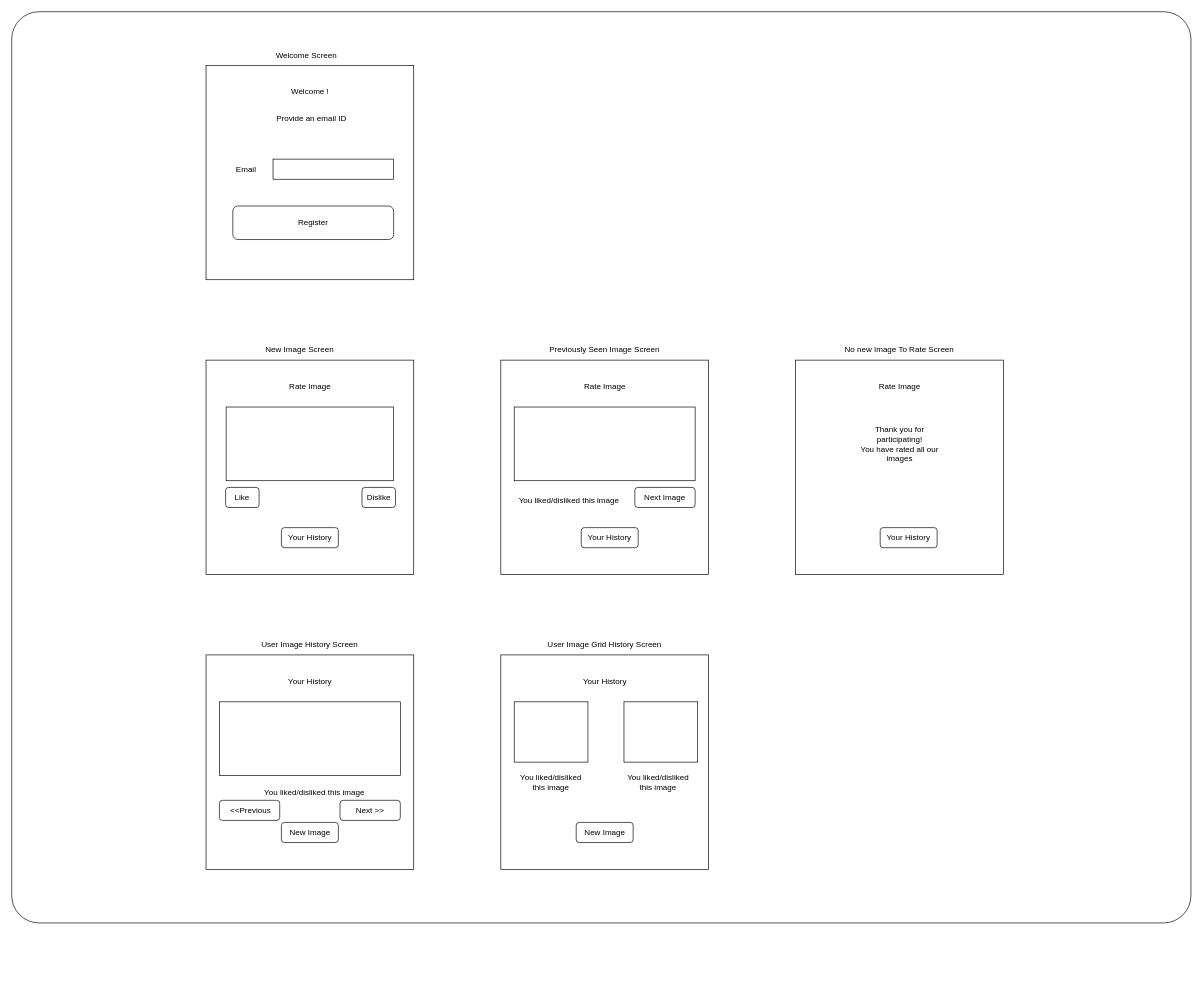
onegeniuslykdat/ImageRatingApplication keeps this draw.io diagram as docs/Wireframe.drawio. Above is the earlier version. Source tidied: cells renumbered, new cells numbered last; positions are measured from the earlier drawing's top-left corner, leaving out a move shared by most shapes. Both pictures are drawn from the tidied source at 67%, with x=0, y=0 at pixel (11, 11).
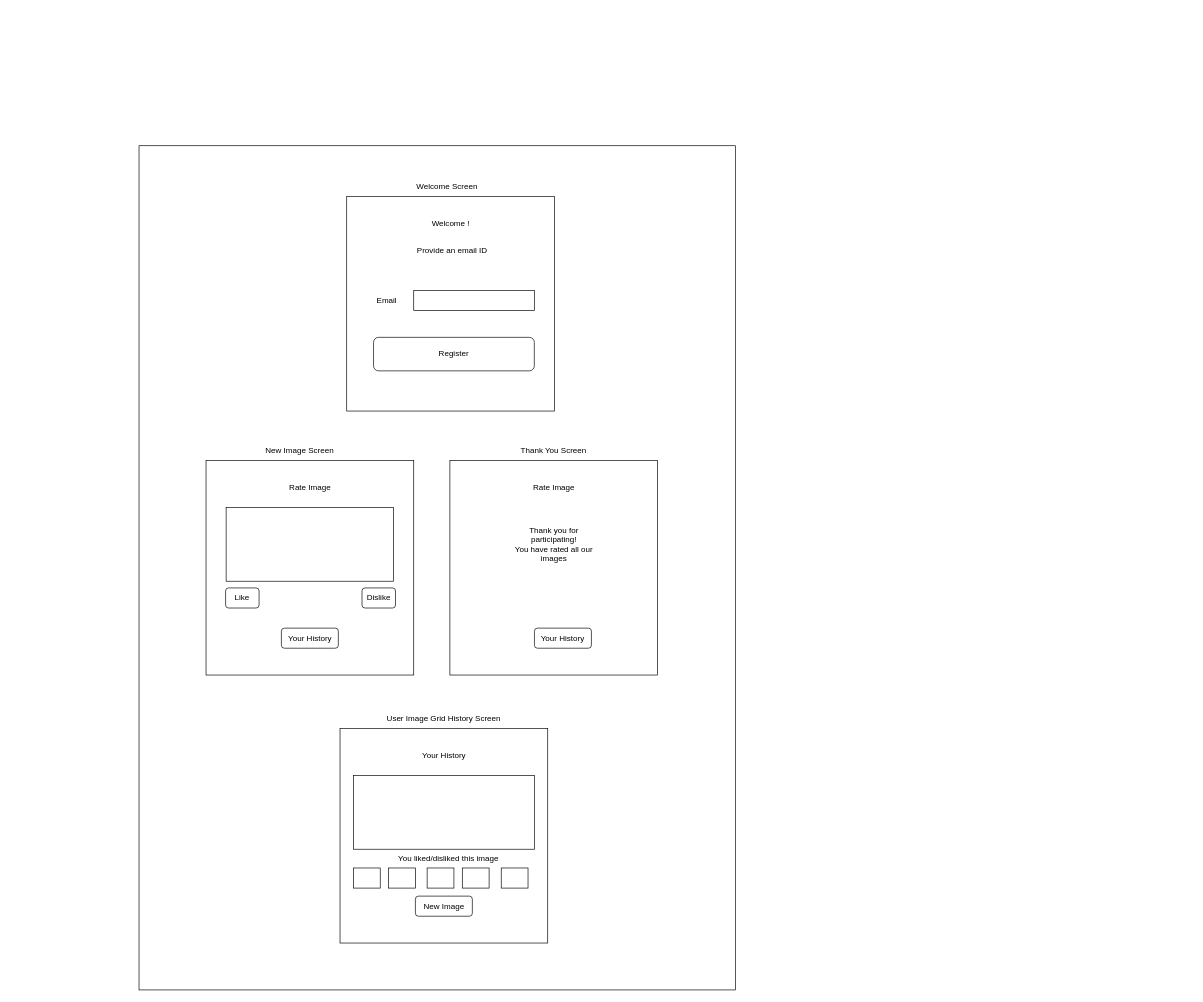
Above is the later version.

Change to the diagram source:
```diff
@@
+    <mxCell id="45" style="rounded=0;whiteSpace=wrap;html=1;fillColor=default;" parent="1" vertex="1">
+      <mxGeometry x="190" y="200" width="890" height="1260" as="geometry" />
+    </mxCell>
+    <mxCell id="46" style="group;" parent="1" vertex="1">
+      <mxGeometry x="500" y="246" width="310" height="350" as="geometry" />
+    </mxCell>
-    <mxCell id="2" style="rounded=0;whiteSpace=wrap;html=1;" parent="1" vertex="1">
-      <mxGeometry x="290" y="80" width="310" height="320" as="geometry" />
+    <mxCell id="2" style="rounded=0;whiteSpace=wrap;html=1;" parent="46" vertex="1">
+      <mxGeometry y="30" width="310" height="320" as="geometry" />
     </mxCell>
-    <mxCell id="3" value="Welcome !" style="text;html=1;strokeColor=none;fillColor=none;align=center;verticalAlign=middle;whiteSpace=wrap;rounded=0;" parent="1" vertex="1">
-      <mxGeometry x="387.5" y="100" width="115" height="40" as="geometry" />
+    <mxCell id="3" value="Welcome !" style="text;html=1;strokeColor=none;fillColor=none;align=center;verticalAlign=middle;whiteSpace=wrap;rounded=0;" parent="46" vertex="1">
+      <mxGeometry x="97.5" y="50" width="115" height="40" as="geometry" />
     </mxCell>
-    <mxCell id="4" style="rounded=0;whiteSpace=wrap;html=1;" parent="1" vertex="1">
-      <mxGeometry x="290" y="520" width="310" height="320" as="geometry" />
-    </mxCell>
-    <mxCell id="5" value="Welcome Screen" style="text;html=1;strokeColor=none;fillColor=none;align=center;verticalAlign=middle;whiteSpace=wrap;rounded=0;" parent="1" vertex="1">
-      <mxGeometry x="380" y="50" width="120" height="30" as="geometry" />
+    <mxCell id="5" value="Welcome Screen" style="text;html=1;strokeColor=none;fillColor=none;align=center;verticalAlign=middle;whiteSpace=wrap;rounded=0;" parent="46" vertex="1">
+      <mxGeometry x="90" width="120" height="30" as="geometry" />
     </mxCell>
-    <mxCell id="6" value="New Image Screen" style="text;html=1;strokeColor=none;fillColor=none;align=center;verticalAlign=middle;whiteSpace=wrap;rounded=0;" parent="1" vertex="1">
-      <mxGeometry x="370" y="490" width="120" height="30" as="geometry" />
-    </mxCell>
-    <mxCell id="7" value="Email" style="text;html=1;strokeColor=none;fillColor=none;align=center;verticalAlign=middle;whiteSpace=wrap;rounded=0;" parent="1" vertex="1">
-      <mxGeometry x="320" y="220" width="60" height="30" as="geometry" />
+    <mxCell id="7" value="Email" style="text;html=1;strokeColor=none;fillColor=none;align=center;verticalAlign=middle;whiteSpace=wrap;rounded=0;" parent="46" vertex="1">
+      <mxGeometry x="30" y="170" width="60" height="30" as="geometry" />
     </mxCell>
-    <mxCell id="8" style="rounded=0;whiteSpace=wrap;html=1;" parent="1" vertex="1">
-      <mxGeometry x="390" y="220" width="180" height="30" as="geometry" />
+    <mxCell id="8" style="rounded=0;whiteSpace=wrap;html=1;" parent="46" vertex="1">
+      <mxGeometry x="100" y="170" width="180" height="30" as="geometry" />
     </mxCell>
-    <mxCell id="9" value="Register" style="rounded=1;whiteSpace=wrap;html=1;" parent="1" vertex="1">
-      <mxGeometry x="330" y="290" width="240" height="50" as="geometry" />
+    <mxCell id="9" value="Register" style="rounded=1;whiteSpace=wrap;html=1;" parent="46" vertex="1">
+      <mxGeometry x="40" y="240" width="240" height="50" as="geometry" />
     </mxCell>
-    <mxCell id="10" value="Provide an email ID" style="text;html=1;strokeColor=none;fillColor=none;align=center;verticalAlign=middle;whiteSpace=wrap;rounded=0;" parent="1" vertex="1">
-      <mxGeometry x="390" y="140" width="115" height="40" as="geometry" />
+    <mxCell id="10" value="Provide an email ID" style="text;html=1;strokeColor=none;fillColor=none;align=center;verticalAlign=middle;whiteSpace=wrap;rounded=0;" parent="46" vertex="1">
+      <mxGeometry x="100" y="90" width="115" height="40" as="geometry" />
     </mxCell>
+    <mxCell id="47" style="group;" parent="1" vertex="1">
+      <mxGeometry x="290" y="640" width="310" height="350" as="geometry" />
+    </mxCell>
+    <mxCell id="4" style="rounded=0;whiteSpace=wrap;html=1;" parent="47" vertex="1">
+      <mxGeometry y="30" width="310" height="320" as="geometry" />
+    </mxCell>
+    <mxCell id="6" value="New Image Screen" style="text;html=1;strokeColor=none;fillColor=none;align=center;verticalAlign=middle;whiteSpace=wrap;rounded=0;" parent="47" vertex="1">
+      <mxGeometry x="80" width="120" height="30" as="geometry" />
+    </mxCell>
-    <mxCell id="11" value="Rate Image" style="text;html=1;strokeColor=none;fillColor=none;align=center;verticalAlign=middle;whiteSpace=wrap;rounded=0;" parent="1" vertex="1">
-      <mxGeometry x="387.5" y="540" width="115" height="40" as="geometry" />
+    <mxCell id="11" value="Rate Image" style="text;html=1;strokeColor=none;fillColor=none;align=center;verticalAlign=middle;whiteSpace=wrap;rounded=0;" parent="47" vertex="1">
+      <mxGeometry x="97.5" y="50" width="115" height="40" as="geometry" />
     </mxCell>
-    <mxCell id="12" style="rounded=0;whiteSpace=wrap;html=1;" parent="1" vertex="1">
-      <mxGeometry x="320" y="590" width="250" height="110" as="geometry" />
+    <mxCell id="12" style="rounded=0;whiteSpace=wrap;html=1;" parent="47" vertex="1">
+      <mxGeometry x="30" y="100" width="250" height="110" as="geometry" />
     </mxCell>
-    <mxCell id="13" value="Like" style="rounded=1;whiteSpace=wrap;html=1;" parent="1" vertex="1">
-      <mxGeometry x="319.2" y="710" width="50" height="30" as="geometry" />
+    <mxCell id="13" value="Like" style="rounded=1;whiteSpace=wrap;html=1;" parent="47" vertex="1">
+      <mxGeometry x="29.2" y="220" width="50" height="30" as="geometry" />
     </mxCell>
-    <mxCell id="14" value="Dislike" style="rounded=1;whiteSpace=wrap;html=1;" parent="1" vertex="1">
-      <mxGeometry x="522.8" y="710" width="50" height="30" as="geometry" />
+    <mxCell id="14" value="Dislike" style="rounded=1;whiteSpace=wrap;html=1;" parent="47" vertex="1">
+      <mxGeometry x="232.8" y="220" width="50" height="30" as="geometry" />
     </mxCell>
-    <mxCell id="15" value="Your History" style="rounded=1;whiteSpace=wrap;html=1;" parent="1" vertex="1">
-      <mxGeometry x="402.5" y="770" width="85" height="30" as="geometry" />
+    <mxCell id="15" value="Your History" style="rounded=1;whiteSpace=wrap;html=1;" parent="47" vertex="1">
+      <mxGeometry x="112.5" y="280" width="85" height="30" as="geometry" />
     </mxCell>
-    <mxCell id="16" style="rounded=0;whiteSpace=wrap;html=1;" parent="1" vertex="1">
-      <mxGeometry x="730" y="520" width="310" height="320" as="geometry" />
-    </mxCell>
-    <mxCell id="17" value="Previously Seen Image Screen" style="text;html=1;strokeColor=none;fillColor=none;align=center;verticalAlign=middle;whiteSpace=wrap;rounded=0;" parent="1" vertex="1">
-      <mxGeometry x="780" y="490" width="210" height="30" as="geometry" />
-    </mxCell>
-    <mxCell id="18" value="Rate Image" style="text;html=1;strokeColor=none;fillColor=none;align=center;verticalAlign=middle;whiteSpace=wrap;rounded=0;" parent="1" vertex="1">
-      <mxGeometry x="827.5" y="540" width="115" height="40" as="geometry" />
-    </mxCell>
-    <mxCell id="19" style="rounded=0;whiteSpace=wrap;html=1;" parent="1" vertex="1">
-      <mxGeometry x="750" y="590" width="270" height="110" as="geometry" />
-    </mxCell>
-    <mxCell id="20" value="You liked/disliked this image" style="text;html=1;strokeColor=none;fillColor=none;align=center;verticalAlign=middle;whiteSpace=wrap;rounded=0;" parent="1" vertex="1">
-      <mxGeometry x="753.8" y="710" width="156.2" height="40" as="geometry" />
-    </mxCell>
-    <mxCell id="21" value="Next Image" style="rounded=1;whiteSpace=wrap;html=1;" parent="1" vertex="1">
-      <mxGeometry x="930" y="710" width="90" height="30" as="geometry" />
-    </mxCell>
-    <mxCell id="22" value="Your History" style="rounded=1;whiteSpace=wrap;html=1;" parent="1" vertex="1">
-      <mxGeometry x="850" y="770" width="85" height="30" as="geometry" />
-    </mxCell>
+    <mxCell id="48" style="group;" parent="1" vertex="1">
+      <mxGeometry x="654" y="640" width="310" height="350" as="geometry" />
+    </mxCell>
-    <mxCell id="23" style="rounded=0;whiteSpace=wrap;html=1;" parent="1" vertex="1">
-      <mxGeometry x="1170" y="520" width="310" height="320" as="geometry" />
+    <mxCell id="23" style="rounded=0;whiteSpace=wrap;html=1;" parent="48" vertex="1">
+      <mxGeometry y="30" width="310" height="320" as="geometry" />
     </mxCell>
-    <mxCell id="24" value="No new Image To Rate Screen" style="text;html=1;strokeColor=none;fillColor=none;align=center;verticalAlign=middle;whiteSpace=wrap;rounded=0;" parent="1" vertex="1">
-      <mxGeometry x="1220" y="490" width="210" height="30" as="geometry" />
+    <mxCell id="24" value="Thank You Screen" style="text;html=1;strokeColor=none;fillColor=none;align=center;verticalAlign=middle;whiteSpace=wrap;rounded=0;" parent="48" vertex="1">
+      <mxGeometry x="50" width="210" height="30" as="geometry" />
     </mxCell>
-    <mxCell id="25" value="Rate Image" style="text;html=1;strokeColor=none;fillColor=none;align=center;verticalAlign=middle;whiteSpace=wrap;rounded=0;" parent="1" vertex="1">
-      <mxGeometry x="1267.5" y="540" width="115" height="40" as="geometry" />
+    <mxCell id="25" value="Rate Image" style="text;html=1;strokeColor=none;fillColor=none;align=center;verticalAlign=middle;whiteSpace=wrap;rounded=0;" parent="48" vertex="1">
+      <mxGeometry x="97.5" y="50" width="115" height="40" as="geometry" />
     </mxCell>
-    <mxCell id="26" value="Thank you for participating!&lt;br&gt;You have rated all our images" style="text;html=1;strokeColor=none;fillColor=none;align=center;verticalAlign=middle;whiteSpace=wrap;rounded=0;" parent="1" vertex="1">
-      <mxGeometry x="1253.8" y="590" width="142.5" height="110" as="geometry" />
+    <mxCell id="26" value="Thank you for participating!&lt;br&gt;You have rated all our images" style="text;html=1;strokeColor=none;fillColor=none;align=center;verticalAlign=middle;whiteSpace=wrap;rounded=0;" parent="48" vertex="1">
+      <mxGeometry x="83.8" y="100" width="142.5" height="110" as="geometry" />
     </mxCell>
-    <mxCell id="27" value="Your History" style="rounded=1;whiteSpace=wrap;html=1;" parent="1" vertex="1">
-      <mxGeometry x="1296.2" y="770" width="85" height="30" as="geometry" />
+    <mxCell id="27" value="Your History" style="rounded=1;whiteSpace=wrap;html=1;" parent="48" vertex="1">
+      <mxGeometry x="126.2" y="280" width="85" height="30" as="geometry" />
     </mxCell>
+    <mxCell id="49" style="group;" parent="1" vertex="1">
+      <mxGeometry x="490" y="1040" width="310" height="350" as="geometry" />
+    </mxCell>
-    <mxCell id="28" style="rounded=0;whiteSpace=wrap;html=1;" parent="1" vertex="1">
-      <mxGeometry x="290" y="960" width="310" height="320" as="geometry" />
+    <mxCell id="28" style="rounded=0;whiteSpace=wrap;html=1;" parent="49" vertex="1">
+      <mxGeometry y="30" width="310" height="320" as="geometry" />
     </mxCell>
-    <mxCell id="29" value="User Image History Screen" style="text;html=1;strokeColor=none;fillColor=none;align=center;verticalAlign=middle;whiteSpace=wrap;rounded=0;" parent="1" vertex="1">
-      <mxGeometry x="340" y="930" width="210" height="30" as="geometry" />
+    <mxCell id="29" value="User Image Grid History Screen" style="text;html=1;strokeColor=none;fillColor=none;align=center;verticalAlign=middle;whiteSpace=wrap;rounded=0;" parent="49" vertex="1">
+      <mxGeometry x="50" width="210" height="30" as="geometry" />
     </mxCell>
-    <mxCell id="30" value="Your History" style="text;html=1;strokeColor=none;fillColor=none;align=center;verticalAlign=middle;whiteSpace=wrap;rounded=0;" parent="1" vertex="1">
-      <mxGeometry x="387.5" y="980" width="115" height="40" as="geometry" />
+    <mxCell id="30" value="Your History" style="text;html=1;strokeColor=none;fillColor=none;align=center;verticalAlign=middle;whiteSpace=wrap;rounded=0;" parent="49" vertex="1">
+      <mxGeometry x="97.5" y="50" width="115" height="40" as="geometry" />
     </mxCell>
-    <mxCell id="31" style="rounded=0;whiteSpace=wrap;html=1;" parent="1" vertex="1">
-      <mxGeometry x="310" y="1030" width="270" height="110" as="geometry" />
+    <mxCell id="31" style="rounded=0;whiteSpace=wrap;html=1;" parent="49" vertex="1">
+      <mxGeometry x="20" y="100" width="270" height="110" as="geometry" />
     </mxCell>
-    <mxCell id="32" value="You liked/disliked this image" style="text;html=1;strokeColor=none;fillColor=none;align=center;verticalAlign=middle;whiteSpace=wrap;rounded=0;" parent="1" vertex="1">
-      <mxGeometry x="374.4" y="1145" width="156.2" height="40" as="geometry" />
+    <mxCell id="32" value="You liked/disliked this image" style="text;html=1;strokeColor=none;fillColor=none;align=center;verticalAlign=middle;whiteSpace=wrap;rounded=0;" parent="49" vertex="1">
+      <mxGeometry x="84.4" y="213" width="156.2" height="21" as="geometry" />
     </mxCell>
-    <mxCell id="33" value="Next &amp;gt;&amp;gt;" style="rounded=1;whiteSpace=wrap;html=1;" parent="1" vertex="1">
-      <mxGeometry x="490" y="1177" width="90" height="30" as="geometry" />
-    </mxCell>
-    <mxCell id="34" value="New Image" style="rounded=1;whiteSpace=wrap;html=1;" parent="1" vertex="1">
-      <mxGeometry x="402.5" y="1210" width="85" height="30" as="geometry" />
+    <mxCell id="34" value="New Image" style="rounded=1;whiteSpace=wrap;html=1;" parent="49" vertex="1">
+      <mxGeometry x="112.5" y="280" width="85" height="30" as="geometry" />
     </mxCell>
-    <mxCell id="35" value="&amp;nbsp;&amp;lt;&amp;lt;Previous" style="rounded=1;whiteSpace=wrap;html=1;" parent="1" vertex="1">
-      <mxGeometry x="310" y="1177" width="90" height="30" as="geometry" />
+    <mxCell id="35" style="rounded=1;whiteSpace=wrap;html=1;arcSize=0;" parent="49" vertex="1">
+      <mxGeometry x="20" y="238" width="40" height="30" as="geometry" />
     </mxCell>
-    <mxCell id="36" style="rounded=0;whiteSpace=wrap;html=1;" parent="1" vertex="1">
-      <mxGeometry x="730" y="960" width="310" height="320" as="geometry" />
-    </mxCell>
-    <mxCell id="37" value="User Image Grid History Screen" style="text;html=1;strokeColor=none;fillColor=none;align=center;verticalAlign=middle;whiteSpace=wrap;rounded=0;" parent="1" vertex="1">
-      <mxGeometry x="780" y="930" width="210" height="30" as="geometry" />
-    </mxCell>
-    <mxCell id="38" value="Your History" style="text;html=1;strokeColor=none;fillColor=none;align=center;verticalAlign=middle;whiteSpace=wrap;rounded=0;" parent="1" vertex="1">
-      <mxGeometry x="827.5" y="980" width="115" height="40" as="geometry" />
-    </mxCell>
-    <mxCell id="39" style="rounded=0;whiteSpace=wrap;html=1;" parent="1" vertex="1">
-      <mxGeometry x="750" y="1030" width="110" height="90" as="geometry" />
-    </mxCell>
-    <mxCell id="40" value="You liked/disliked this image" style="text;html=1;strokeColor=none;fillColor=none;align=center;verticalAlign=middle;whiteSpace=wrap;rounded=0;" parent="1" vertex="1">
-      <mxGeometry x="750" y="1130" width="110" height="40" as="geometry" />
-    </mxCell>
-    <mxCell id="41" value="New Image" style="rounded=1;whiteSpace=wrap;html=1;" parent="1" vertex="1">
-      <mxGeometry x="842.5" y="1210" width="85" height="30" as="geometry" />
-    </mxCell>
-    <mxCell id="42" style="rounded=0;whiteSpace=wrap;html=1;" parent="1" vertex="1">
-      <mxGeometry x="913.8" y="1030" width="110" height="90" as="geometry" />
-    </mxCell>
-    <mxCell id="43" value="You liked/disliked this image" style="text;html=1;strokeColor=none;fillColor=none;align=center;verticalAlign=middle;whiteSpace=wrap;rounded=0;" parent="1" vertex="1">
-      <mxGeometry x="910" y="1130" width="110" height="40" as="geometry" />
-    </mxCell>
-    <mxCell id="44" style="rounded=1;whiteSpace=wrap;html=1;arcSize=3;fillColor=none;" parent="1" vertex="1">
-      <mxGeometry width="1760" height="1360" as="geometry" />
-    </mxCell>
+    <mxCell id="50" style="rounded=1;whiteSpace=wrap;html=1;arcSize=0;" parent="49" vertex="1">
+      <mxGeometry x="72.5" y="238" width="40" height="30" as="geometry" />
+    </mxCell>
+    <mxCell id="51" style="rounded=1;whiteSpace=wrap;html=1;arcSize=0;" parent="49" vertex="1">
+      <mxGeometry x="130" y="238" width="40" height="30" as="geometry" />
+    </mxCell>
+    <mxCell id="52" style="rounded=1;whiteSpace=wrap;html=1;arcSize=0;" parent="49" vertex="1">
+      <mxGeometry x="182.5" y="238" width="40" height="30" as="geometry" />
+    </mxCell>
+    <mxCell id="53" style="rounded=1;whiteSpace=wrap;html=1;arcSize=0;" parent="49" vertex="1">
+      <mxGeometry x="240.6" y="238" width="40" height="30" as="geometry" />
+    </mxCell>
```
